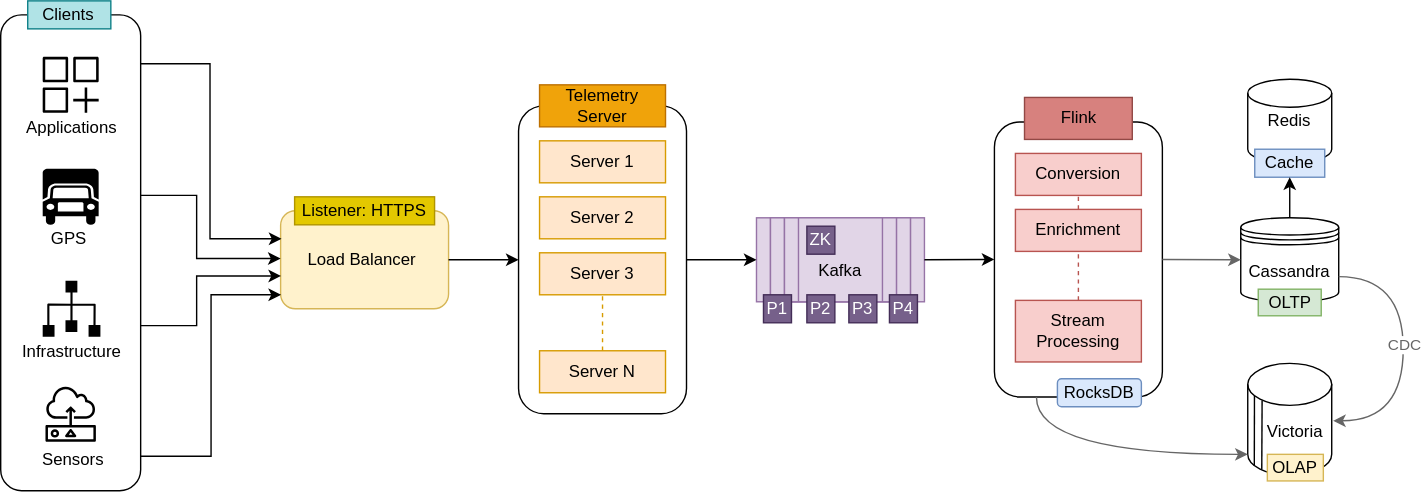
Earlier version of the draw.io export assets/posts/telemetry/telemetry-architecture.svg (addu390/addu390.github.io). Source tidied: cells renumbered, new cells last; positions are measured from the earlier drawing's top-left corner, leaving out a move shared by most shapes.
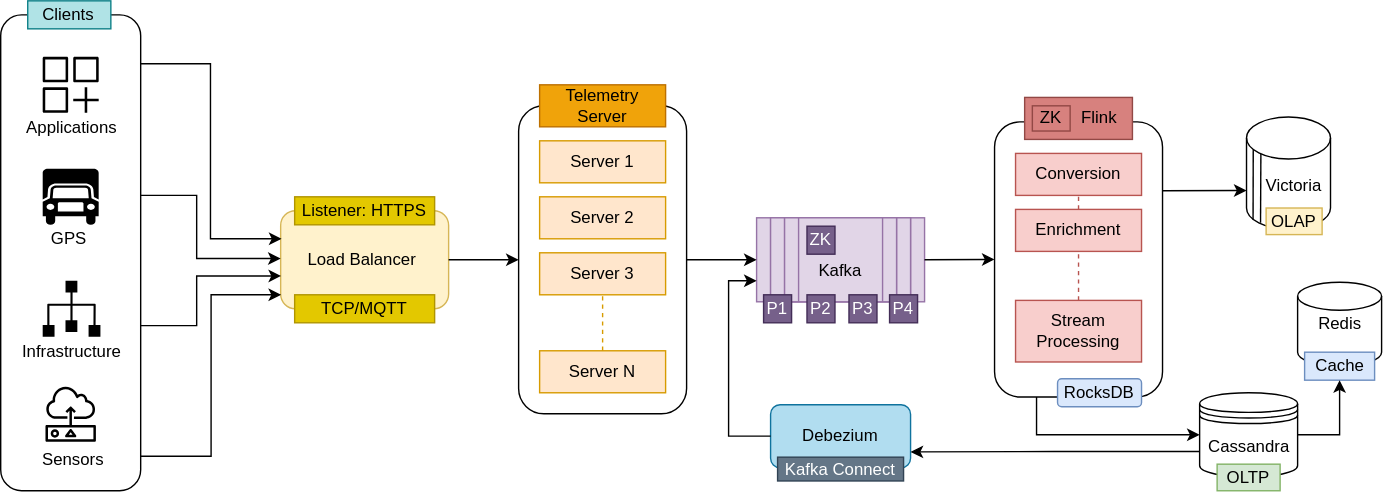
Later version of the same file.

Commit message:
Telemetry: Update architecture diagram

Change to the diagram source:
```diff
@@ -122,7 +122,7 @@
     <mxCell id="34" value="Sensors" style="text;html=1;align=center;verticalAlign=middle;whiteSpace=wrap;rounded=0;" parent="1" vertex="1">
       <mxGeometry x="22" y="313" width="60" height="30" as="geometry" />
     </mxCell>
-    <mxCell id="35" value="Flink" style="rounded=0;whiteSpace=wrap;html=1;fillColor=#d7817e;strokeColor=#924845;" parent="1" vertex="1">
+    <mxCell id="35" style="rounded=0;whiteSpace=wrap;html=1;fillColor=#d7817e;strokeColor=#924845;" parent="1" vertex="1">
       <mxGeometry x="731.5" y="69" width="77" height="30" as="geometry" />
     </mxCell>
     <mxCell id="36" value="Enrichment" style="rounded=0;whiteSpace=wrap;html=1;fillColor=#f8cecc;strokeColor=#b85450;" parent="1" vertex="1">
@@ -144,19 +144,19 @@
       <mxGeometry relative="1" as="geometry" />
     </mxCell>
     <mxCell id="42" value="Cassandra" style="shape=datastore;whiteSpace=wrap;html=1;" parent="1" vertex="1">
-      <mxGeometry x="886" y="155" width="70" height="60" as="geometry" />
+      <mxGeometry x="856.5" y="280" width="70" height="60" as="geometry" />
     </mxCell>
     <mxCell id="43" style="shape=cylinder3;whiteSpace=wrap;html=1;boundedLbl=1;backgroundOutline=1;size=15;" parent="1" vertex="1">
-      <mxGeometry x="891" y="259" width="60" height="80" as="geometry" />
+      <mxGeometry x="890" y="83" width="60" height="80" as="geometry" />
     </mxCell>
     <mxCell id="44" value="Redis" style="strokeWidth=1;html=1;shape=mxgraph.flowchart.database;whiteSpace=wrap;" parent="1" vertex="1">
-      <mxGeometry x="891" y="56" width="60" height="60" as="geometry" />
+      <mxGeometry x="926.5" y="201" width="60" height="60" as="geometry" />
     </mxCell>
     <mxCell id="45" value="OLTP" style="rounded=0;whiteSpace=wrap;html=1;fillColor=#d5e8d4;strokeColor=#82b366;" parent="1" vertex="1">
-      <mxGeometry x="898.5" y="206" width="45" height="19" as="geometry" />
+      <mxGeometry x="869" y="331" width="45" height="19" as="geometry" />
     </mxCell>
     <mxCell id="46" value="Cache" style="rounded=0;whiteSpace=wrap;html=1;fillColor=#dae8fc;strokeColor=#6c8ebf;" parent="1" vertex="1">
-      <mxGeometry x="896" y="106" width="50" height="20" as="geometry" />
+      <mxGeometry x="931.5" y="251" width="50" height="20" as="geometry" />
     </mxCell>
     <mxCell id="47" style="endArrow=none;html=1;rounded=0;exitX=0.078;exitY=0.915;exitDx=0;exitDy=0;exitPerimeter=0;entryX=0.08;entryY=0.292;entryDx=0;entryDy=0;entryPerimeter=0;" parent="1" edge="1" source="43" target="43">
       <mxGeometry relative="1" as="geometry" />
@@ -165,44 +165,61 @@
       <mxGeometry relative="1" as="geometry" />
     </mxCell>
     <mxCell id="49" value="OLAP" style="rounded=0;whiteSpace=wrap;html=1;fillColor=#fff2cc;strokeColor=#d6b656;" parent="1" vertex="1">
-      <mxGeometry x="905" y="324" width="40" height="19" as="geometry" />
+      <mxGeometry x="904" y="148" width="40" height="19" as="geometry" />
     </mxCell>
     <mxCell id="50" value="Victoria" style="text;html=1;align=center;verticalAlign=middle;whiteSpace=wrap;rounded=0;" parent="1" vertex="1">
-      <mxGeometry x="895" y="293" width="60" height="30" as="geometry" />
+      <mxGeometry x="894" y="117" width="60" height="30" as="geometry" />
     </mxCell>
-    <mxCell id="51" style="endArrow=classic;html=1;rounded=0;exitX=1;exitY=0.5;exitDx=0;exitDy=0;entryX=0;entryY=0.5;entryDx=0;entryDy=0;strokeColor=#666666;" parent="1" edge="1" source="28" target="42">
-      <mxGeometry relative="1" as="geometry" />
-    </mxCell>
     <mxCell id="52" value="RocksDB" style="rounded=1;whiteSpace=wrap;html=1;fillColor=#dae8fc;strokeColor=#6c8ebf;" parent="1" vertex="1">
       <mxGeometry x="755" y="270" width="60" height="20" as="geometry" />
     </mxCell>
-    <mxCell id="53" style="endArrow=classic;html=1;rounded=0;exitX=0.5;exitY=0;exitDx=0;exitDy=0;entryX=0.5;entryY=1;entryDx=0;entryDy=0;" parent="1" edge="1" source="42" target="46">
-      <mxGeometry relative="1" as="geometry" />
-    </mxCell>
-    <mxCell id="54" style="endArrow=classic;html=1;rounded=0;exitX=0.25;exitY=1;exitDx=0;exitDy=0;edgeStyle=orthogonalEdgeStyle;curved=1;entryX=0;entryY=1;entryDx=0;entryDy=-15;entryPerimeter=0;strokeColor=#666666;" parent="1" edge="1" source="28" target="43">
-      <mxGeometry relative="1" as="geometry">
-        <Array as="points">
-          <mxPoint x="740" y="324" />
-        </Array>
-      </mxGeometry>
-    </mxCell>
     <mxCell id="55" style="rounded=1;whiteSpace=wrap;html=1;fillColor=none;" parent="1" vertex="1">
       <mxGeometry y="10" width="100" height="340" as="geometry" />
     </mxCell>
     <mxCell id="56" value="Clients" style="rounded=0;whiteSpace=wrap;html=1;fillColor=#b0e3e6;strokeColor=#0e8088;" parent="1" vertex="1">
       <mxGeometry x="19.3" width="59.4" height="20" as="geometry" />
     </mxCell>
-    <mxCell id="57" style="endArrow=classic;html=1;rounded=0;exitX=1;exitY=0.7;exitDx=0;exitDy=0;edgeStyle=orthogonalEdgeStyle;curved=1;strokeColor=#666666;" parent="1" edge="1" source="42">
-      <mxGeometry relative="1" as="geometry">
-        <mxPoint x="952" y="300" as="targetPoint" />
-        <Array as="points">
-          <mxPoint x="1002" y="197" />
-          <mxPoint x="1002" y="300" />
-        </Array>
-      </mxGeometry>
-    </mxCell>
-    <mxCell id="58" value="&lt;font color=&quot;#666666&quot;&gt;CDC&lt;/font&gt;" style="edgeLabel;html=1;align=center;verticalAlign=middle;fontColor=#CCCCCC;" parent="57" vertex="1">
-      <mxGeometry x="-0.05" relative="1" as="geometry" />
-    </mxCell>
+    <mxCell id="59" value="Debezium" style="rounded=1;whiteSpace=wrap;html=1;fillColor=#b1ddf0;strokeColor=#10739e;" parent="1" vertex="1">
+      <mxGeometry x="550" y="288.5" width="100" height="45" as="geometry" />
+    </mxCell>
+    <mxCell id="51" style="endArrow=classic;html=1;rounded=0;exitX=0.25;exitY=1;exitDx=0;exitDy=0;entryX=0;entryY=0.5;entryDx=0;entryDy=0;edgeStyle=elbowEdgeStyle;elbow=vertical;" parent="1" edge="1" source="28" target="42">
+      <mxGeometry relative="1" as="geometry">
+        <Array as="points">
+          <mxPoint x="800" y="310" />
+        </Array>
+      </mxGeometry>
+    </mxCell>
+    <mxCell id="60" value="Kafka Connect" style="rounded=0;whiteSpace=wrap;html=1;fillColor=#647687;fontColor=#ffffff;strokeColor=#314354;" parent="1" vertex="1">
+      <mxGeometry x="555" y="326" width="90" height="17" as="geometry" />
+    </mxCell>
+    <mxCell id="61" style="endArrow=classic;html=1;rounded=0;exitX=0;exitY=0.7;exitDx=0;exitDy=0;edgeStyle=elbowEdgeStyle;elbow=horizontal;entryX=1;entryY=0.75;entryDx=0;entryDy=0;" parent="1" edge="1" source="42" target="59">
+      <mxGeometry relative="1" as="geometry" />
+    </mxCell>
+    <mxCell id="62" style="endArrow=classic;html=1;rounded=0;exitX=0;exitY=0.5;exitDx=0;exitDy=0;entryX=0;entryY=0.75;entryDx=0;entryDy=0;edgeStyle=elbowEdgeStyle;" parent="1" edge="1" source="59" target="20">
+      <mxGeometry relative="1" as="geometry">
+        <Array as="points">
+          <mxPoint x="520" y="240" />
+        </Array>
+      </mxGeometry>
+    </mxCell>
+    <mxCell id="53" style="endArrow=classic;html=1;rounded=0;exitX=1;exitY=0.5;exitDx=0;exitDy=0;entryX=0.5;entryY=1;entryDx=0;entryDy=0;edgeStyle=elbowEdgeStyle;elbow=vertical;" parent="1" edge="1" source="42" target="46">
+      <mxGeometry relative="1" as="geometry">
+        <Array as="points">
+          <mxPoint x="940" y="310" />
+        </Array>
+      </mxGeometry>
+    </mxCell>
+    <mxCell id="63" value="ZK" style="rounded=0;whiteSpace=wrap;html=1;fillColor=#d7817e;strokeColor=#924845;" parent="1" vertex="1">
+      <mxGeometry x="737" y="75" width="27" height="18" as="geometry" />
+    </mxCell>
+    <mxCell id="64" value="Flink" style="text;html=1;align=center;verticalAlign=middle;whiteSpace=wrap;rounded=0;" parent="1" vertex="1">
+      <mxGeometry x="755" y="69" width="60" height="30" as="geometry" />
+    </mxCell>
+    <mxCell id="65" value="TCP/MQTT" style="rounded=0;whiteSpace=wrap;html=1;fillColor=#e3c800;strokeColor=#B09500;fontColor=#000000;" parent="1" vertex="1">
+      <mxGeometry x="210" y="210" width="100" height="20" as="geometry" />
+    </mxCell>
+    <mxCell id="54" style="endArrow=classic;html=1;rounded=0;exitX=1;exitY=0.25;exitDx=0;exitDy=0;entryX=0;entryY=0;entryDx=0;entryDy=52.5;entryPerimeter=0;" parent="1" edge="1" source="28" target="43">
+      <mxGeometry relative="1" as="geometry" />
+    </mxCell>
   </root>
 </mxGraphModel>
```
